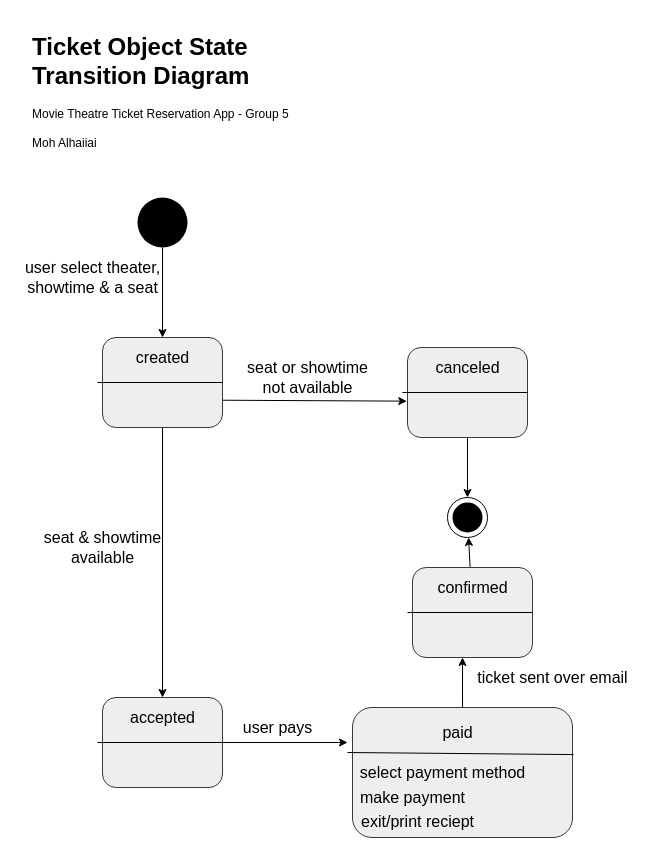
The draw.io diagram page "StateTransition_ticket" (4 of 11) of DesignPhase/614_Project_Diagrams.drawio in mjspk/ticketr, before the edit. Source tidied: cells renumbered, new cells numbered last; positions are measured from the earlier drawing's top-left corner, leaving out a move shared by most shapes. Both pictures are drawn from the tidied source at 100%, with x=0, y=0 at pixel (17, 27).
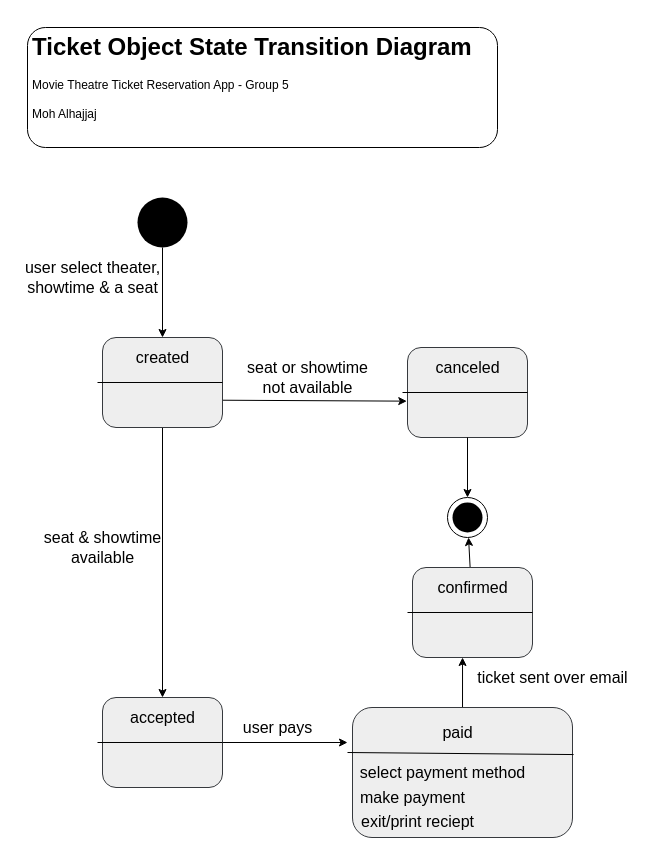
After the change.

Change to the diagram source:
```diff
@@
-    <mxCell id="35" value="&lt;h1&gt;Ticket Object State Transition Diagram&lt;/h1&gt;&lt;div&gt;Movie Theatre Ticket Reservation App - Group 5&lt;/div&gt;&lt;div&gt;&lt;br&gt;&lt;/div&gt;&lt;div&gt;Moh Alhajjaj&lt;/div&gt;" style="text;html=1;strokeColor=none;fillColor=none;spacing=5;spacingTop=-20;whiteSpace=wrap;overflow=hidden;rounded=0;" parent="1" vertex="1">
-      <mxGeometry x="10" width="270" height="120" as="geometry" />
+    <mxCell id="35" value="&lt;h1&gt;Ticket Object State Transition Diagram&lt;/h1&gt;&lt;div&gt;Movie Theatre Ticket Reservation App - Group 5&lt;/div&gt;&lt;div&gt;&lt;br&gt;&lt;/div&gt;&lt;div&gt;Moh Alhajjaj&lt;/div&gt;" style="text;html=1;strokeColor=default;fillColor=none;spacing=5;spacingTop=-20;whiteSpace=wrap;overflow=hidden;rounded=1;" parent="1" vertex="1">
+      <mxGeometry x="10" width="470" height="120" as="geometry" />
     </mxCell>
```
